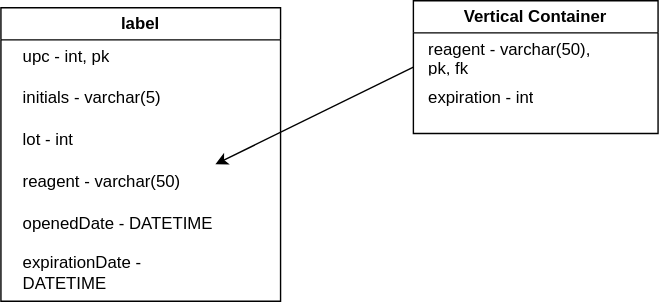
Above: uml.drawio.svg in sarrodri/reagent-management-app (draw.io), before the change. Source tidied: cells renumbered, new cells last; positions are measured from the earlier drawing's top-left corner, leaving out a move shared by most shapes. The source it was exported from:
```xml
<mxGraphModel>
  <root>
    <mxCell id="0" />
    <mxCell id="1" parent="0" />
    <mxCell id="2" value="reagent - varchar(50)" style="text;strokeColor=none;fillColor=none;align=left;verticalAlign=middle;spacingLeft=4;spacingRight=4;overflow=hidden;points=[[0,0.5],[1,0.5]];portConstraint=eastwest;whiteSpace=wrap;html=1;" parent="1" vertex="1">
      <mxGeometry x="10" y="115" width="140" height="30" as="geometry" />
    </mxCell>
    <mxCell id="3" value="openedDate - DATETIME" style="text;strokeColor=none;fillColor=none;align=left;verticalAlign=middle;spacingLeft=4;spacingRight=4;overflow=hidden;whiteSpace=wrap;html=1;" parent="1" vertex="1">
      <mxGeometry x="10" y="145" width="150" height="30" as="geometry" />
    </mxCell>
    <mxCell id="4" value="expirationDate - DATETIME" style="text;strokeColor=none;fillColor=none;align=left;verticalAlign=middle;spacingLeft=4;spacingRight=4;overflow=hidden;whiteSpace=wrap;html=1;" parent="1" vertex="1">
      <mxGeometry x="10" y="175" width="150" height="40" as="geometry" />
    </mxCell>
    <mxCell id="5" value="upc - int, pk" style="text;strokeColor=none;fillColor=none;align=left;verticalAlign=middle;spacingLeft=4;spacingRight=4;overflow=hidden;whiteSpace=wrap;html=1;" parent="1" vertex="1">
      <mxGeometry x="10" y="25" width="140" height="30" as="geometry" />
    </mxCell>
    <mxCell id="6" value="initials - varchar(5)" style="text;strokeColor=none;fillColor=none;align=left;verticalAlign=middle;spacingLeft=4;spacingRight=4;overflow=hidden;whiteSpace=wrap;html=1;" parent="1" vertex="1">
      <mxGeometry x="10" y="55" width="140" height="30" as="geometry" />
    </mxCell>
    <mxCell id="7" value="lot - int" style="text;strokeColor=none;fillColor=none;align=left;verticalAlign=middle;spacingLeft=4;spacingRight=4;overflow=hidden;whiteSpace=wrap;html=1;" parent="1" vertex="1">
      <mxGeometry x="10" y="85" width="140" height="30" as="geometry" />
    </mxCell>
    <mxCell id="8" value="label" style="swimlane;whiteSpace=wrap;html=1;" parent="1" vertex="1">
      <mxGeometry y="5" width="200" height="210" as="geometry" />
    </mxCell>
    <mxCell id="9" style="edgeStyle=none;html=1;exitX=0;exitY=0.5;exitDx=0;exitDy=0;entryX=1.024;entryY=0.067;entryDx=0;entryDy=0;entryPerimeter=0;" parent="1" edge="1" source="10" target="2">
      <mxGeometry relative="1" as="geometry" />
    </mxCell>
    <mxCell id="10" value="Vertical Container" style="swimlane;whiteSpace=wrap;html=1;" parent="1" vertex="1">
      <mxGeometry x="295" width="175" height="95" as="geometry" />
    </mxCell>
    <mxCell id="11" value="reagent - varchar(50),&amp;nbsp; pk, fk" style="text;strokeColor=none;fillColor=none;align=left;verticalAlign=middle;spacingLeft=4;spacingRight=4;overflow=hidden;whiteSpace=wrap;html=1;" parent="10" vertex="1">
      <mxGeometry x="5" y="25" width="140" height="30" as="geometry" />
    </mxCell>
    <mxCell id="12" value="expiration - int&amp;nbsp;" style="text;strokeColor=none;fillColor=none;align=left;verticalAlign=middle;spacingLeft=4;spacingRight=4;overflow=hidden;whiteSpace=wrap;html=1;" parent="10" vertex="1">
      <mxGeometry x="5" y="55" width="140" height="30" as="geometry" />
    </mxCell>
  </root>
</mxGraphModel>
```
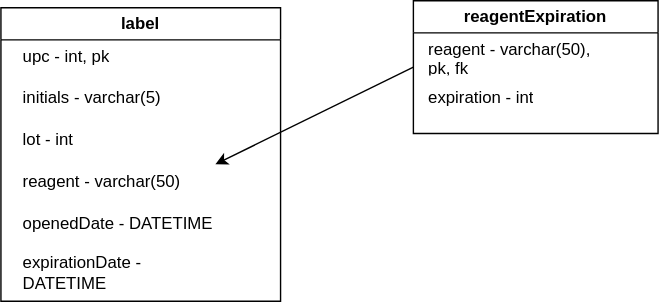
The same file after the commit.

Change to the diagram source:
```diff
@@ -26,7 +26,7 @@
     <mxCell id="9" style="edgeStyle=none;html=1;exitX=0;exitY=0.5;exitDx=0;exitDy=0;entryX=1.024;entryY=0.067;entryDx=0;entryDy=0;entryPerimeter=0;" parent="1" edge="1" source="10" target="2">
       <mxGeometry relative="1" as="geometry" />
     </mxCell>
-    <mxCell id="10" value="Vertical Container" style="swimlane;whiteSpace=wrap;html=1;" parent="1" vertex="1">
+    <mxCell id="10" value="reagentExpiration" style="swimlane;whiteSpace=wrap;html=1;" parent="1" vertex="1">
       <mxGeometry x="295" width="175" height="95" as="geometry" />
     </mxCell>
     <mxCell id="11" value="reagent - varchar(50),&amp;nbsp; pk, fk" style="text;strokeColor=none;fillColor=none;align=left;verticalAlign=middle;spacingLeft=4;spacingRight=4;overflow=hidden;whiteSpace=wrap;html=1;" parent="10" vertex="1">
```
